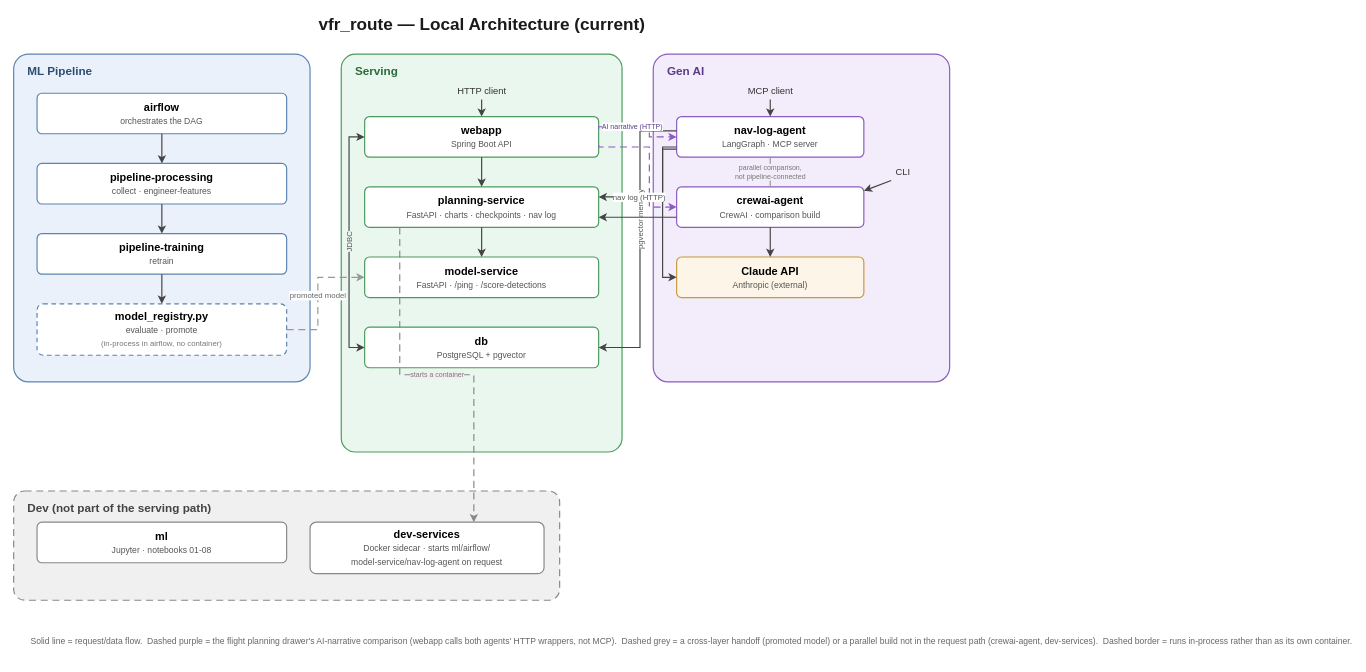
asdaq-samir/flight_plan keeps this draw.io diagram as docs/architecture-current.drawio. Above is the earlier version. Source tidied: cells renumbered, new cells numbered last; positions are measured from the earlier drawing's top-left corner, leaving out a move shared by most shapes. Both pictures are drawn from the tidied source at 78%, with x=0, y=0 at pixel (13, 13).
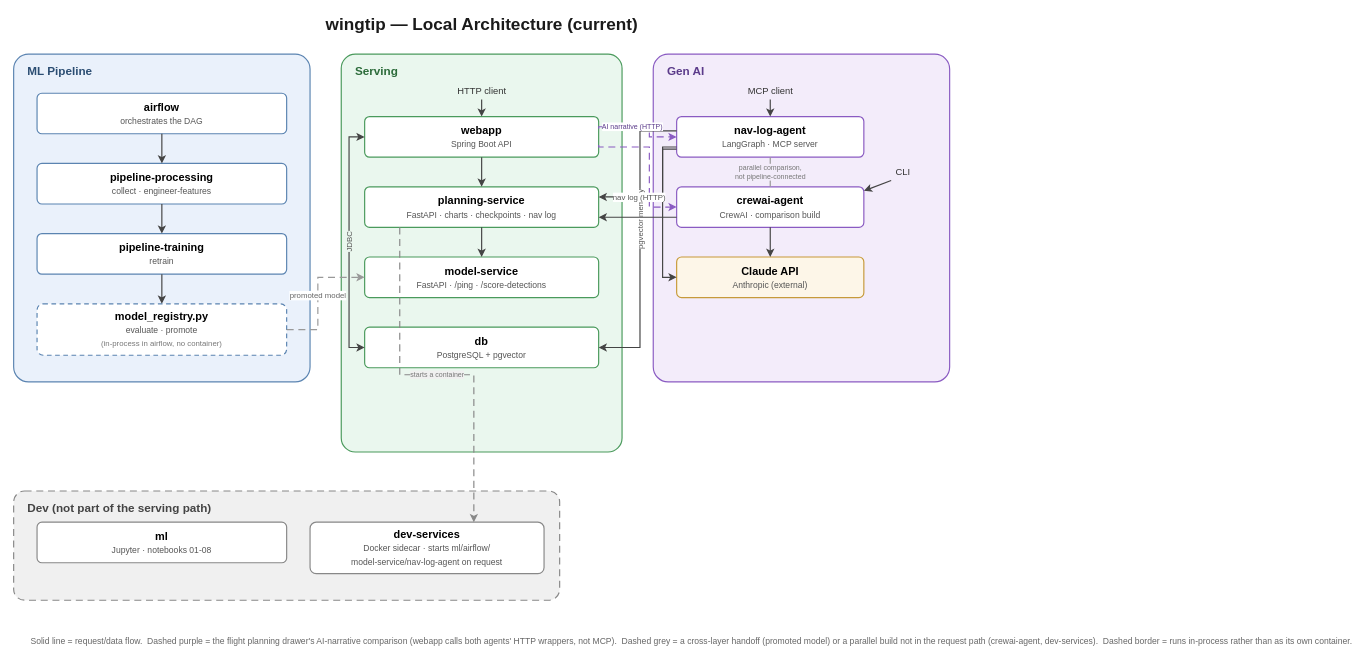
The same diagram, later.

The edit, as a diff of the source:
```diff
@@
-    <mxCell id="2" value="vfr_route — Local Architecture (current)" style="text;html=1;align=center;verticalAlign=middle;fontSize=22;fontStyle=1;fontColor=#1A1A1A;" parent="1" vertex="1">
+    <mxCell id="2" value="wingtip — Local Architecture (current)" style="text;html=1;align=center;verticalAlign=middle;fontSize=22;fontStyle=1;fontColor=#1A1A1A;" parent="1" vertex="1">
       <mxGeometry x="400" width="400" height="30" as="geometry" />
     </mxCell>
```
